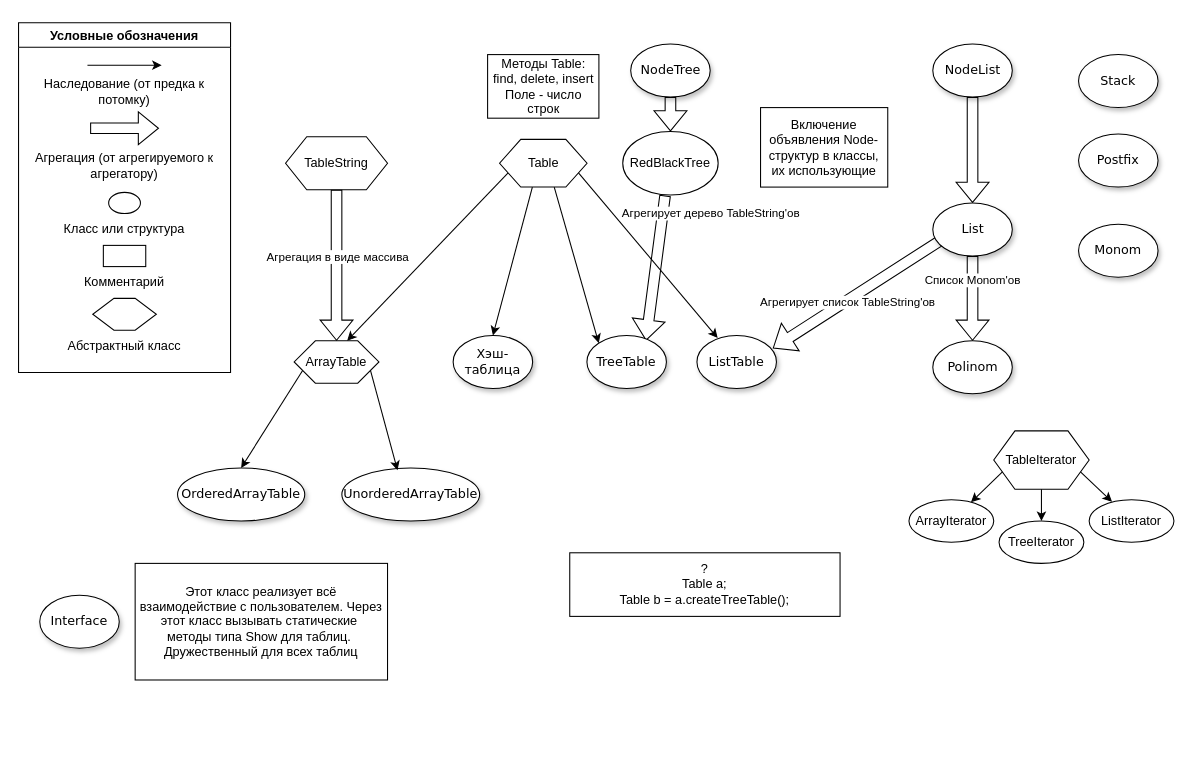
ParkerProbe/mp2-lab6-polynom-algebra keeps this draw.io diagram as Class_Diagram.drawio. Above is the earlier version. Source tidied: cells renumbered, new cells numbered last; positions are measured from the earlier drawing's top-left corner, leaving out a move shared by most shapes. Both pictures are drawn from the tidied source at 106%, with x=0, y=0 at pixel (18, 22).
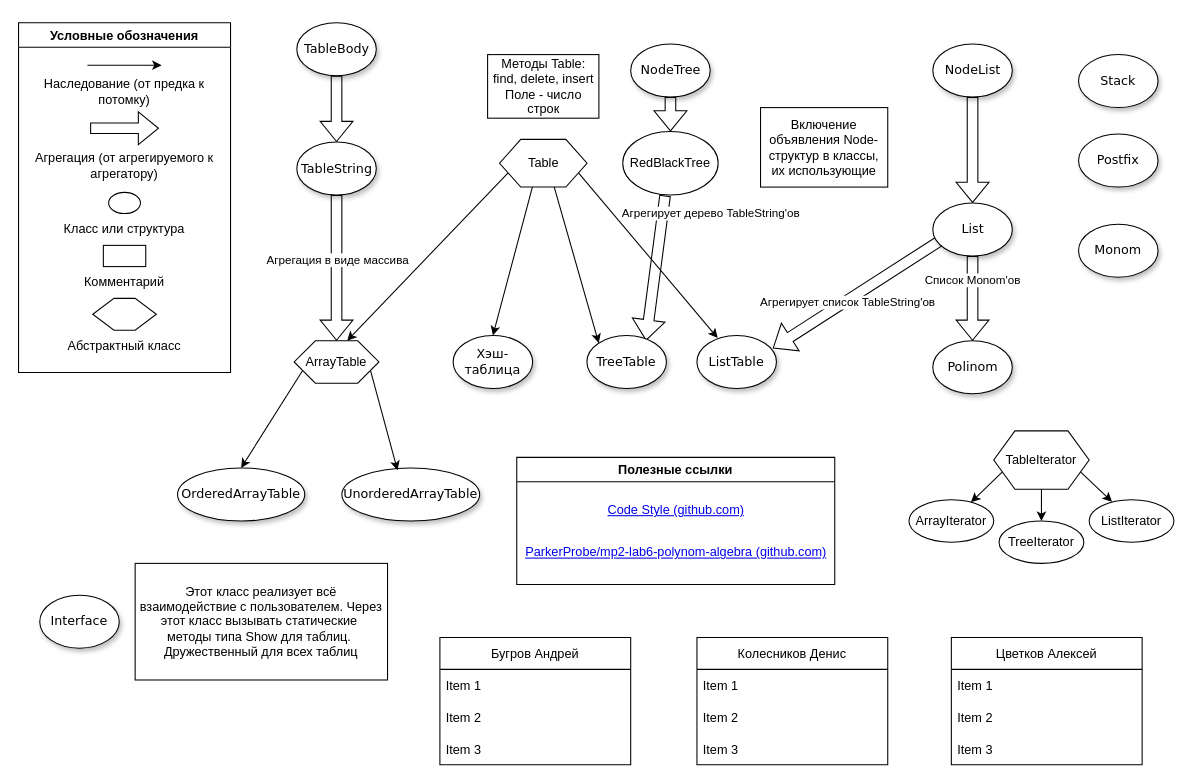
After the change.

Diff of the diagram source:
```diff
@@
-    <mxCell id="16" value="TableString" style="shape=hexagon;perimeter=hexagonPerimeter2;whiteSpace=wrap;html=1;fixedSize=1;" parent="1" vertex="1">
-      <mxGeometry x="251.9" y="107.5" width="96.2" height="50" as="geometry" />
-    </mxCell>
@@
-    <mxCell id="47" value="?&lt;br&gt;Table a;&lt;br&gt;Table b = a.createTreeTable();" style="rounded=0;whiteSpace=wrap;html=1;" parent="1" vertex="1">
-      <mxGeometry x="520" y="500" width="255" height="60" as="geometry" />
-    </mxCell>
@@
+    <mxCell id="57" value="Полезные ссылки" style="swimlane;" parent="1" vertex="1">
+      <mxGeometry x="470" y="410" width="300" height="120" as="geometry" />
+    </mxCell>
+    <mxCell id="58" value="&lt;a href=&quot;https://gist.github.com/ParkerProbe/62390cf65179a78cba430d15e39f2079&quot;&gt;Code Style (github.com)&lt;/a&gt;" style="text;html=1;align=center;verticalAlign=middle;strokeColor=none;fillColor=none;" parent="57" vertex="1">
+      <mxGeometry x="80" y="40" width="140" height="20" as="geometry" />
+    </mxCell>
+    <mxCell id="59" value="&lt;a href=&quot;https://github.com/ParkerProbe/mp2-lab6-polynom-algebra&quot;&gt;ParkerProbe/mp2-lab6-polynom-algebra (github.com)&lt;/a&gt;" style="text;html=1;align=center;verticalAlign=middle;strokeColor=none;fillColor=none;" parent="57" vertex="1">
+      <mxGeometry y="80" width="300" height="20" as="geometry" />
+    </mxCell>
+    <mxCell id="16" value="TableString" style="ellipse;whiteSpace=wrap;html=1;rounded=0;shadow=1;comic=0;labelBackgroundColor=none;strokeWidth=1;fontFamily=Verdana;fontSize=12;align=center;" parent="1" vertex="1">
+      <mxGeometry x="262.5" y="112.5" width="75" height="50" as="geometry" />
+    </mxCell>
+    <mxCell id="60" value="TableBody" style="ellipse;whiteSpace=wrap;html=1;rounded=0;shadow=1;comic=0;labelBackgroundColor=none;strokeWidth=1;fontFamily=Verdana;fontSize=12;align=center;" parent="1" vertex="1">
+      <mxGeometry x="262.5" width="75" height="50" as="geometry" />
+    </mxCell>
+    <mxCell id="61" style="shape=flexArrow;endArrow=classic;html=1;rounded=0;exitX=0.5;exitY=1;exitDx=0;exitDy=0;entryX=0.5;entryY=0;entryDx=0;entryDy=0;" parent="1" edge="1" source="60" target="16">
+      <mxGeometry relative="1" as="geometry" />
+    </mxCell>
+    <mxCell id="62" value="Бугров Андрей" style="swimlane;fontStyle=0;horizontal=1;startSize=30;" parent="1" vertex="1">
+      <mxGeometry x="397.5" y="580" width="180" height="120" as="geometry" />
+    </mxCell>
+    <mxCell id="63" value="Item 1" style="text;strokeColor=none;fillColor=none;align=left;verticalAlign=middle;spacingLeft=4;spacingRight=4;overflow=hidden;" parent="62" vertex="1">
+      <mxGeometry y="30" width="180" height="30" as="geometry" />
+    </mxCell>
+    <mxCell id="64" value="Item 2" style="text;strokeColor=none;fillColor=none;align=left;verticalAlign=middle;spacingLeft=4;spacingRight=4;overflow=hidden;" parent="62" vertex="1">
+      <mxGeometry y="60" width="180" height="30" as="geometry" />
+    </mxCell>
+    <mxCell id="65" value="Item 3" style="text;strokeColor=none;fillColor=none;align=left;verticalAlign=middle;spacingLeft=4;spacingRight=4;overflow=hidden;" parent="62" vertex="1">
+      <mxGeometry y="90" width="180" height="30" as="geometry" />
+    </mxCell>
+    <mxCell id="66" value="Колесников Денис" style="swimlane;fontStyle=0;horizontal=1;startSize=30;" parent="1" vertex="1">
+      <mxGeometry x="640" y="580" width="180" height="120" as="geometry" />
+    </mxCell>
+    <mxCell id="67" value="Item 1" style="text;strokeColor=none;fillColor=none;align=left;verticalAlign=middle;spacingLeft=4;spacingRight=4;overflow=hidden;" parent="66" vertex="1">
+      <mxGeometry y="30" width="180" height="30" as="geometry" />
+    </mxCell>
+    <mxCell id="68" value="Item 2" style="text;strokeColor=none;fillColor=none;align=left;verticalAlign=middle;spacingLeft=4;spacingRight=4;overflow=hidden;" parent="66" vertex="1">
+      <mxGeometry y="60" width="180" height="30" as="geometry" />
+    </mxCell>
+    <mxCell id="69" value="Item 3" style="text;strokeColor=none;fillColor=none;align=left;verticalAlign=middle;spacingLeft=4;spacingRight=4;overflow=hidden;" parent="66" vertex="1">
+      <mxGeometry y="90" width="180" height="30" as="geometry" />
+    </mxCell>
+    <mxCell id="70" value="Цветков Алексей" style="swimlane;fontStyle=0;horizontal=1;startSize=30;" parent="1" vertex="1">
+      <mxGeometry x="880" y="580" width="180" height="120" as="geometry" />
+    </mxCell>
+    <mxCell id="71" value="Item 1" style="text;strokeColor=none;fillColor=none;align=left;verticalAlign=middle;spacingLeft=4;spacingRight=4;overflow=hidden;" parent="70" vertex="1">
+      <mxGeometry y="30" width="180" height="30" as="geometry" />
+    </mxCell>
+    <mxCell id="72" value="Item 2" style="text;strokeColor=none;fillColor=none;align=left;verticalAlign=middle;spacingLeft=4;spacingRight=4;overflow=hidden;" parent="70" vertex="1">
+      <mxGeometry y="60" width="180" height="30" as="geometry" />
+    </mxCell>
+    <mxCell id="73" value="Item 3" style="text;strokeColor=none;fillColor=none;align=left;verticalAlign=middle;spacingLeft=4;spacingRight=4;overflow=hidden;" parent="70" vertex="1">
+      <mxGeometry y="90" width="180" height="30" as="geometry" />
+    </mxCell>
```
